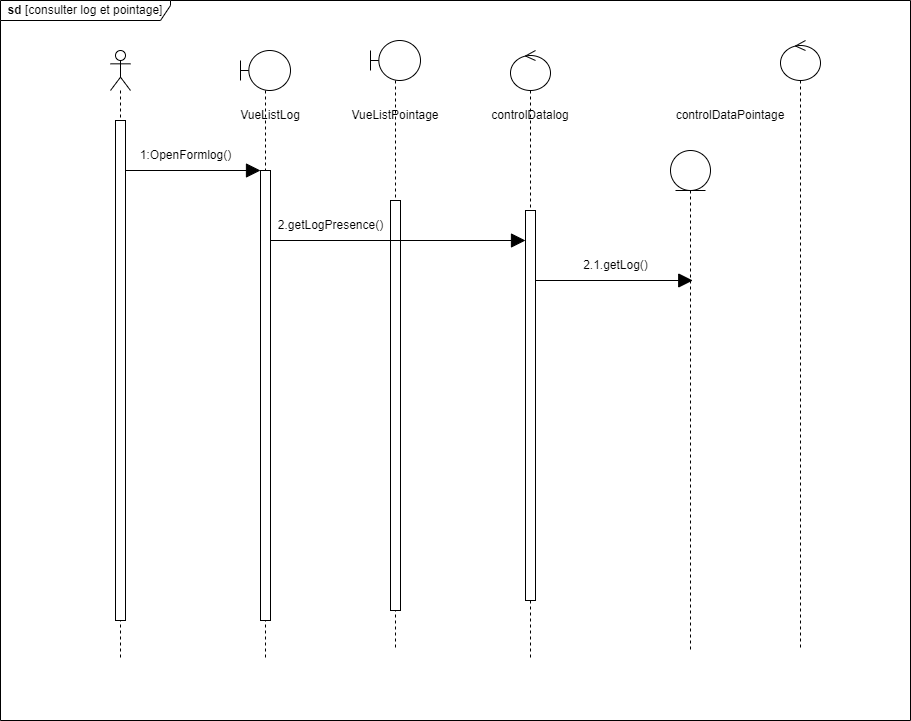
This is static/Diagramme des séquences conceptuel  log et pointage .drawio.png from Siluearsene/borne_biometrique, a draw.io export, as it was before one commit. Source tidied: cells renumbered, new cells last; positions are measured from the earlier drawing's top-left corner, leaving out a move shared by most shapes.
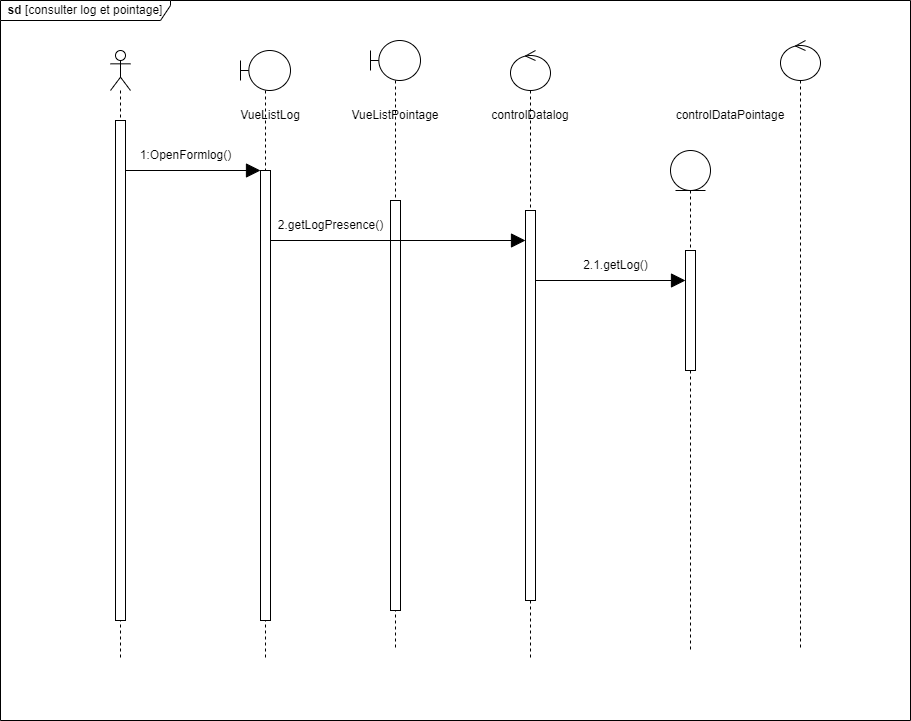
After the commit.

Commit message:
Mettre à jour Diagramme des séquences conceptuel  log et pointage .drawio.png

The edit, as a diff of the source:
```diff
@@ -66,10 +66,14 @@
     <mxCell id="21" value="2.1.getLog()" style="text;html=1;align=center;verticalAlign=middle;strokeColor=none;fillColor=none;" parent="1" vertex="1">
       <mxGeometry x="570" y="250" width="90" height="30" as="geometry" />
     </mxCell>
-    <mxCell id="22" style="endArrow=block;endFill=1;endSize=12;html=1;rounded=0;" parent="1" edge="1" source="17">
+    <mxCell id="22" style="endArrow=block;endFill=1;endSize=12;html=1;rounded=0;" parent="1" edge="1">
       <mxGeometry relative="1" as="geometry">
-        <mxPoint x="692.2" y="280" as="targetPoint" />
+        <mxPoint x="535" y="280" as="sourcePoint" />
+        <mxPoint x="685" y="280" as="targetPoint" />
       </mxGeometry>
     </mxCell>
+    <mxCell id="23" style="html=1;perimeter=orthogonalPerimeter;targetShapes=umlLifeline;newEdgeStyle={&quot;edgeStyle&quot;:&quot;elbowEdgeStyle&quot;,&quot;elbow&quot;:&quot;vertical&quot;,&quot;curved&quot;:0,&quot;rounded&quot;:0};" parent="1" vertex="1">
+      <mxGeometry x="685" y="250" width="10" height="120" as="geometry" />
+    </mxCell>
   </root>
 </mxGraphModel>
```
